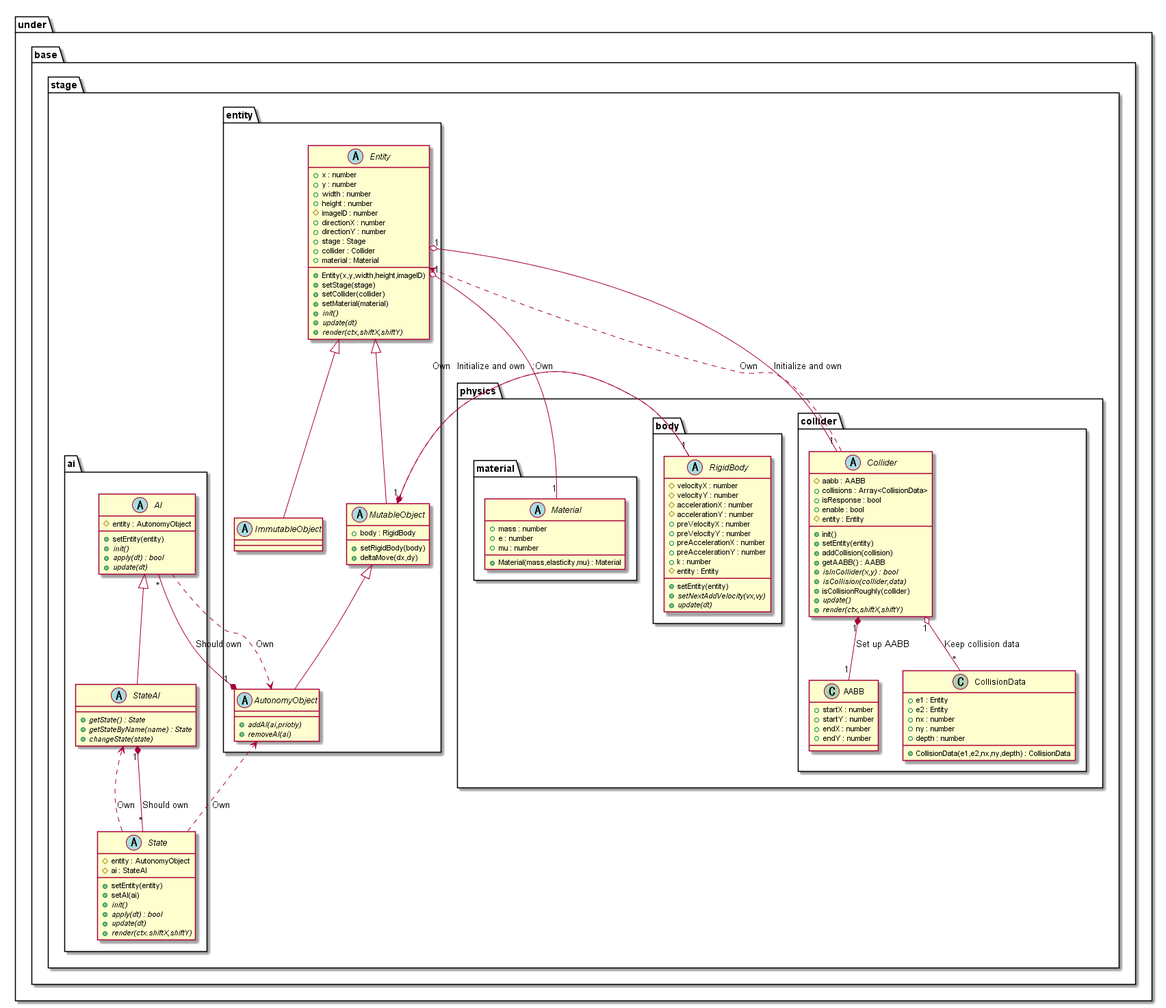
Expine/Under keeps this PlantUML diagram as out/uml/entity/Base/EntityBase.png. Above is the earlier version.
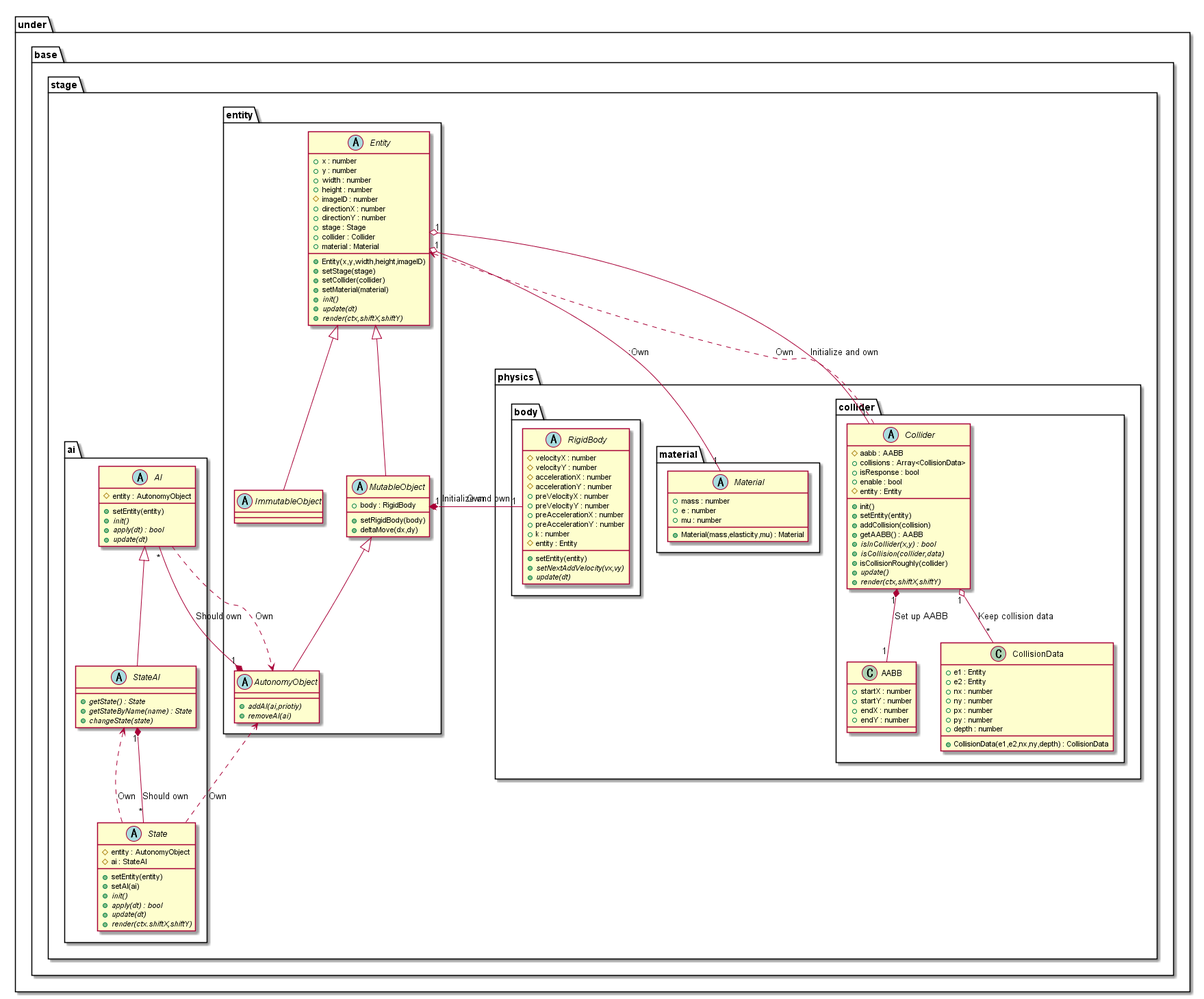
Later version of the same file.

Change to the diagram source:
```diff
@@ -65,6 +65,8 @@
                         +e2 : Entity
                         +nx : number
                         +ny : number
+                        +px : number
+                        +py : number
                         +depth : number
                     }
                 }
```
